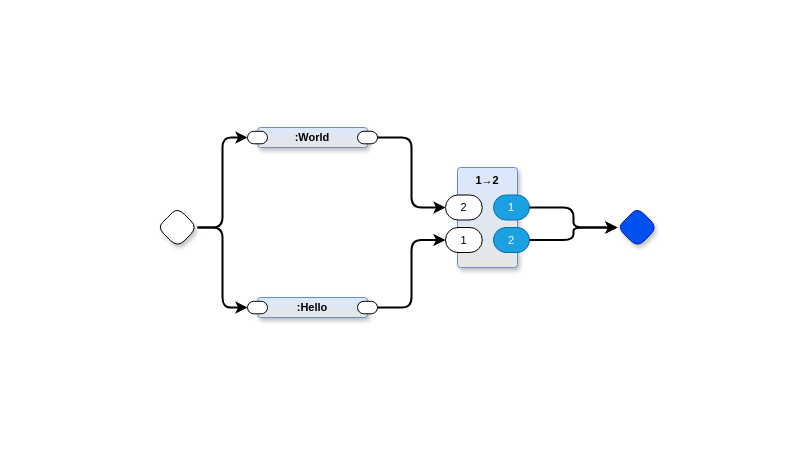
Earlier version of the draw.io diagram helloworld.drawio (guitarvydas/pbp_helloworld). Source tidied: cells renumbered, new cells numbered last; positions are measured from the earlier drawing's top-left corner, leaving out a move shared by most shapes. Both pictures are drawn from the tidied source at 100%, with x=0, y=0 at pixel (157, 127).
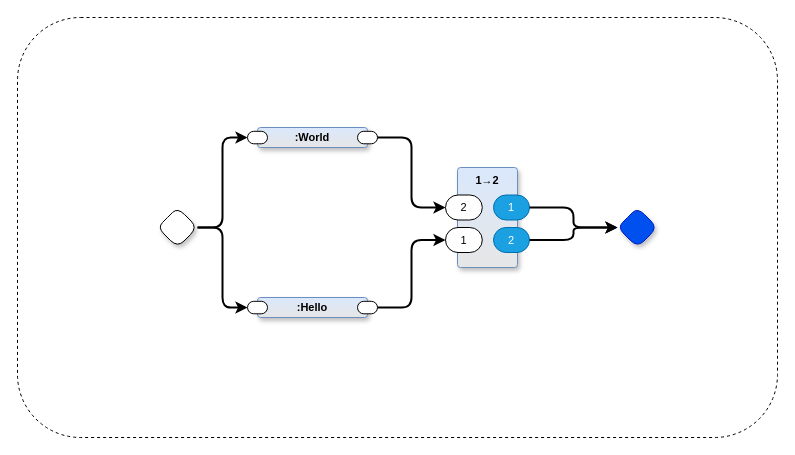
After the change.

The edit, as a diff of the source:
```diff
@@
+    <mxCell id="21" style="rounded=1;whiteSpace=wrap;html=1;dashed=1;fillColor=none;" parent="1" vertex="1">
+      <mxGeometry x="-140" y="-110" width="760" height="420" as="geometry" />
+    </mxCell>
```
